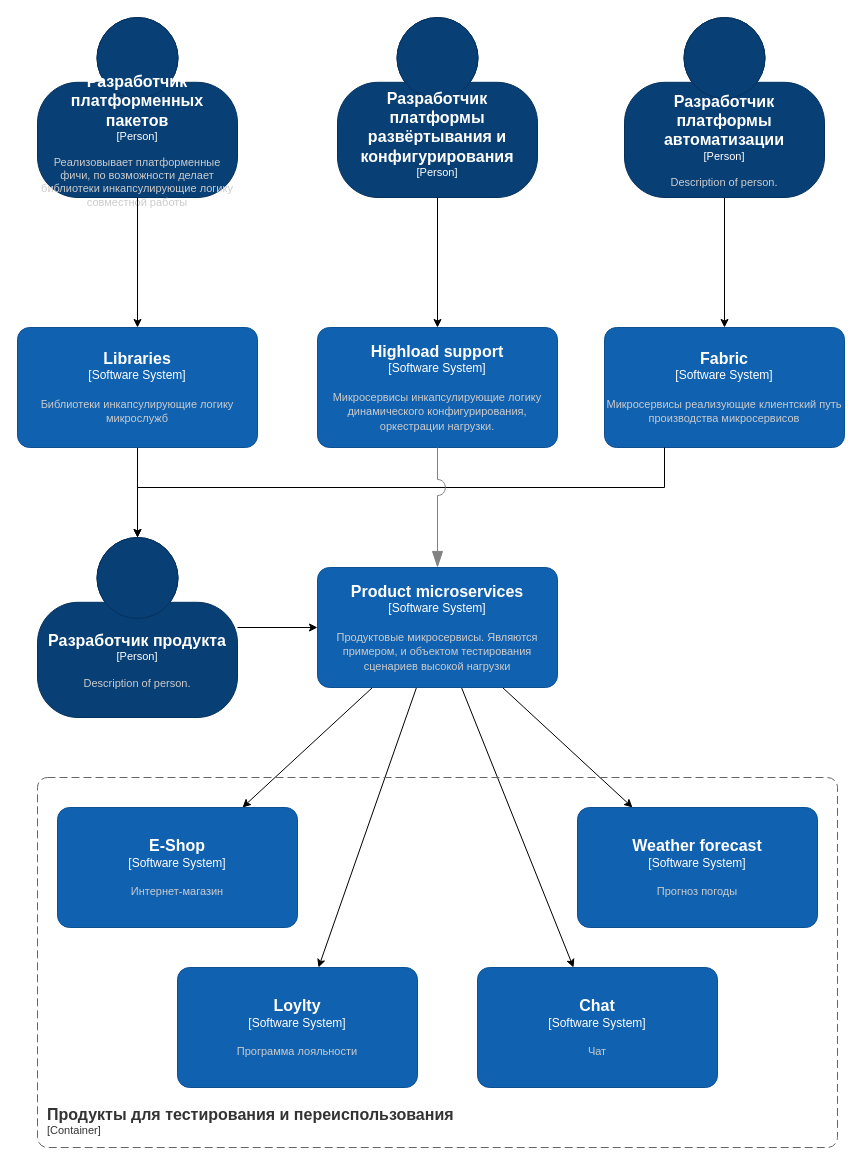
Above: page "Context" (1 of 2) of plan.drawio in Ekstrem/DigiTFactory.Arch (draw.io), before the change. Source tidied: cells renumbered, new cells numbered last; positions are measured from the earlier drawing's top-left corner, leaving out a move shared by most shapes. Both pictures are drawn from the tidied source at 100%, with x=0, y=0 at pixel (17, 17).
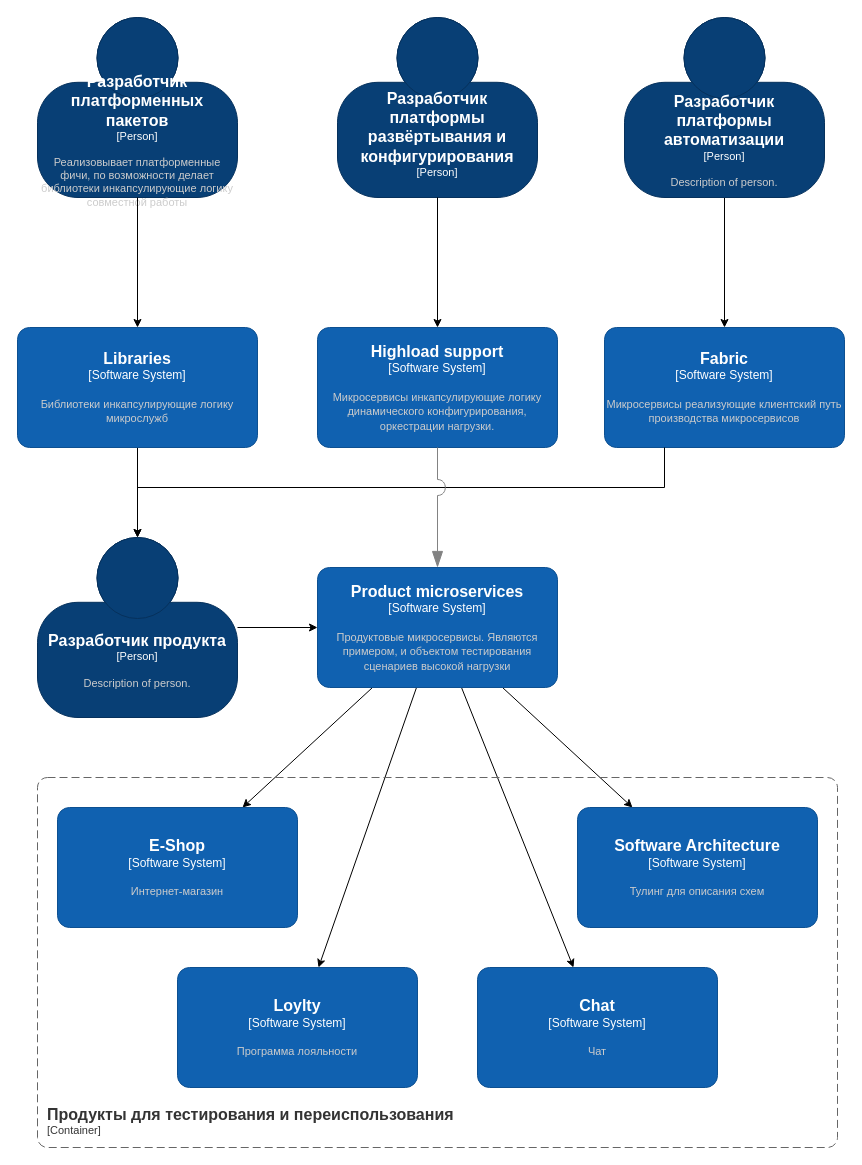
After the change.

Change to the diagram source:
```diff
@@
-    <object id="24" label="&lt;font style=&quot;font-size: 16px&quot;&gt;&lt;b&gt;%c4Name%&lt;/b&gt;&lt;/font&gt;&lt;div&gt;[%c4Type%]&lt;/div&gt;&lt;br&gt;&lt;div&gt;&lt;font style=&quot;font-size: 11px&quot;&gt;&lt;font color=&quot;#cccccc&quot;&gt;%c4Description%&lt;/font&gt;&lt;/div&gt;" c4Description="Прогноз погоды" c4Name="Weather forecast" c4Type="Software System" placeholders="1">
+    <object id="24" label="&lt;font style=&quot;font-size: 16px&quot;&gt;&lt;b&gt;%c4Name%&lt;/b&gt;&lt;/font&gt;&lt;div&gt;[%c4Type%]&lt;/div&gt;&lt;br&gt;&lt;div&gt;&lt;font style=&quot;font-size: 11px&quot;&gt;&lt;font color=&quot;#cccccc&quot;&gt;%c4Description%&lt;/font&gt;&lt;/div&gt;" c4Description="Тулинг для описания схем" c4Name="Software Architecture" c4Type="Software System" placeholders="1">
       <mxCell style="rounded=1;whiteSpace=wrap;html=1;labelBackgroundColor=none;fillColor=#1061B0;fontColor=#ffffff;align=center;arcSize=10;strokeColor=#0D5091;points=[[0.25,0,0],[0.5,0,0],[0.75,0,0],[1,0.25,0],[1,0.5,0],[1,0.75,0],[0.75,1,0],[0.5,1,0],[0.25,1,0],[0,0.75,0],[0,0.5,0],[0,0.25,0]];" parent="1" vertex="1">
         <mxGeometry x="560" y="790" width="240" height="120" as="geometry" />
       </mxCell>
     </object>
```
